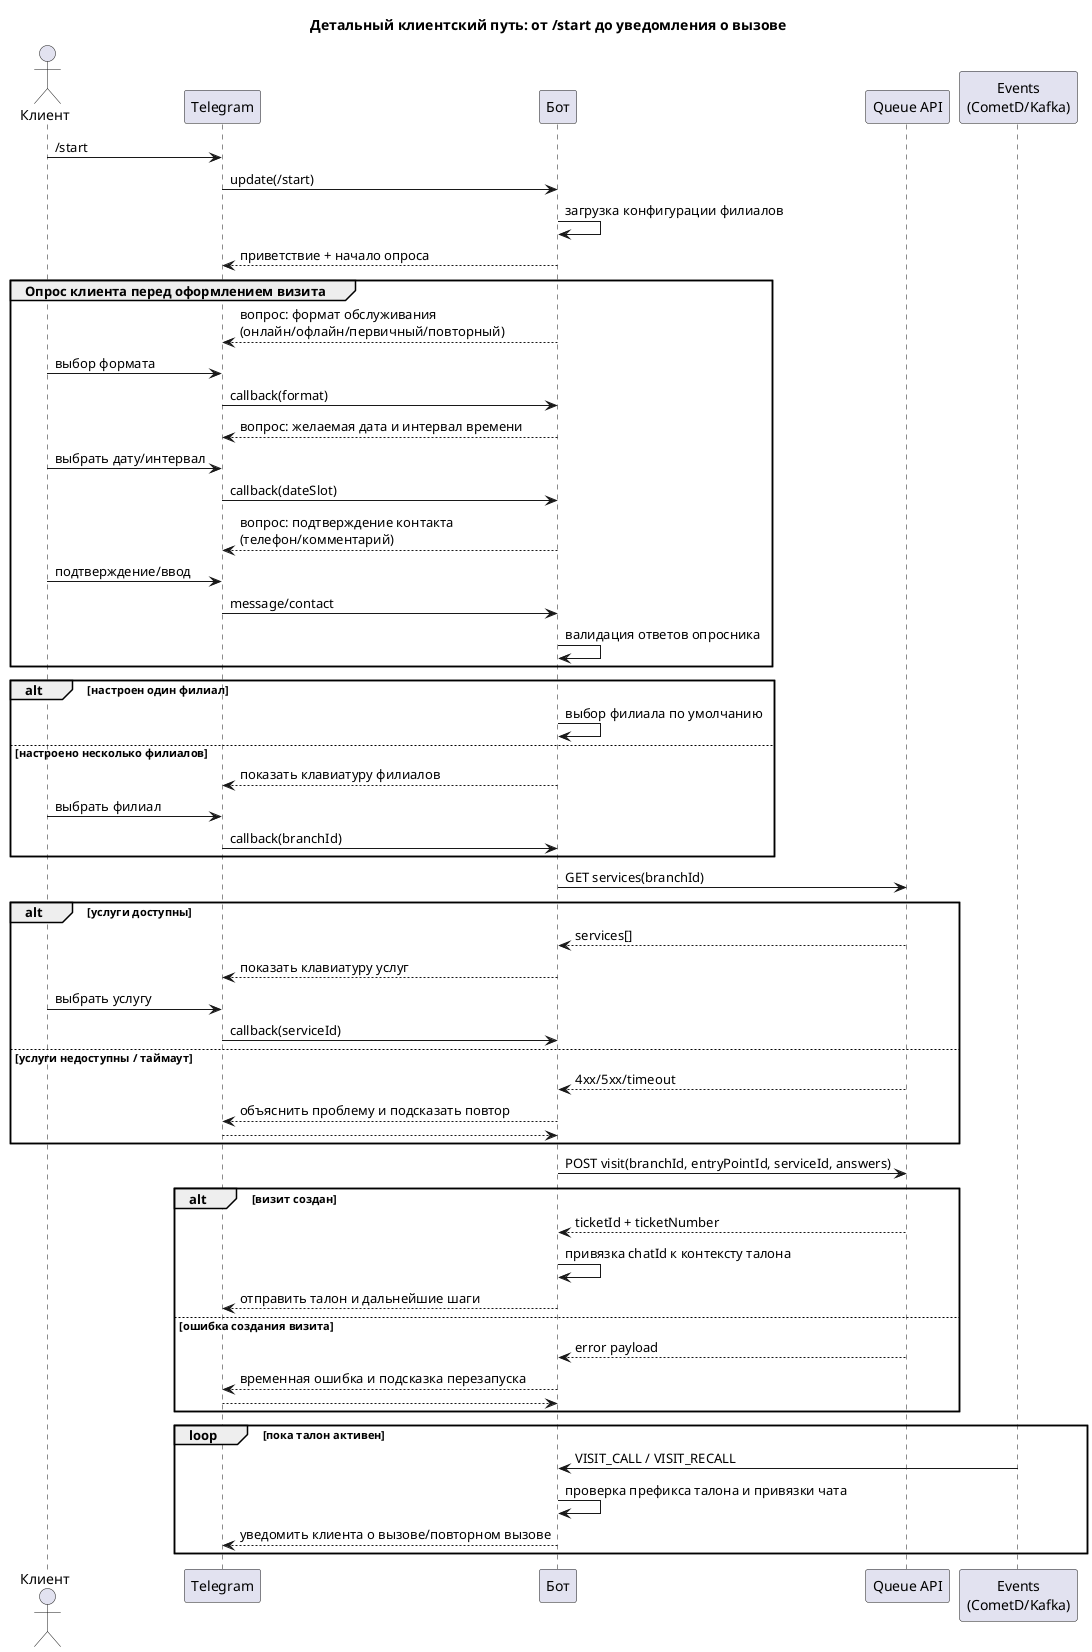
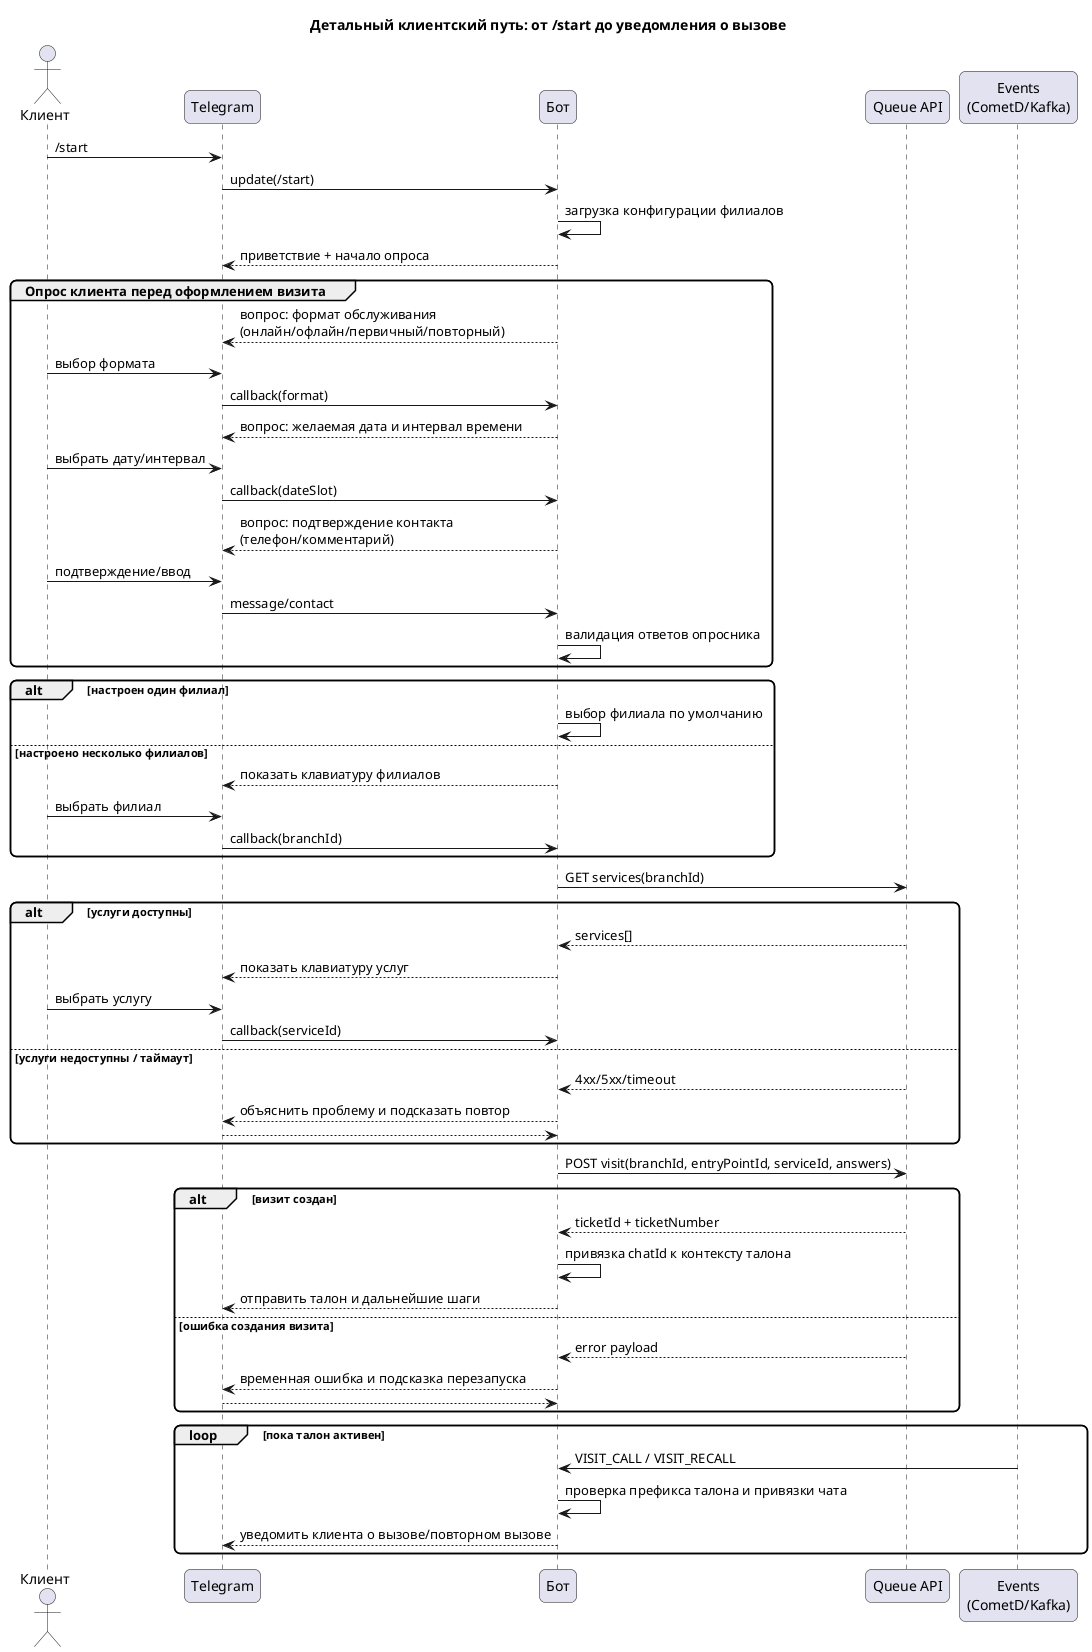
@startuml
- skinparam BackgroundColor white
+ skinparam backgroundColor #FFFFFF
+ skinparam shadowing false
+ skinparam roundcorner 12
title Детальный клиентский путь: от /start до уведомления о вызове

actor Клиент
participant Telegram
participant "Бот" as Bot
participant "Queue API" as Queue
participant "Events\n(CometD/Kafka)" as Events

Клиент -> Telegram: /start
Telegram -> Bot: update(/start)
Bot -> Bot: загрузка конфигурации филиалов

Bot --> Telegram: приветствие + начало опроса

group Опрос клиента перед оформлением визита
  Bot --> Telegram: вопрос: формат обслуживания\n(онлайн/офлайн/первичный/повторный)
  Клиент -> Telegram: выбор формата
  Telegram -> Bot: callback(format)

  Bot --> Telegram: вопрос: желаемая дата и интервал времени
  Клиент -> Telegram: выбрать дату/интервал
  Telegram -> Bot: callback(dateSlot)

  Bot --> Telegram: вопрос: подтверждение контакта\n(телефон/комментарий)
  Клиент -> Telegram: подтверждение/ввод
  Telegram -> Bot: message/contact

  Bot -> Bot: валидация ответов опросника
end

alt настроен один филиал
  Bot -> Bot: выбор филиала по умолчанию
else настроено несколько филиалов
  Bot --> Telegram: показать клавиатуру филиалов
  Клиент -> Telegram: выбрать филиал
  Telegram -> Bot: callback(branchId)
end

Bot -> Queue: GET services(branchId)
alt услуги доступны
  Queue --> Bot: services[]
  Bot --> Telegram: показать клавиатуру услуг
  Клиент -> Telegram: выбрать услугу
  Telegram -> Bot: callback(serviceId)
else услуги недоступны / таймаут
  Queue --> Bot: 4xx/5xx/timeout
  Bot --> Telegram: объяснить проблему и подсказать повтор
  return
end

Bot -> Queue: POST visit(branchId, entryPointId, serviceId, answers)
alt визит создан
  Queue --> Bot: ticketId + ticketNumber
  Bot -> Bot: привязка chatId к контексту талона
  Bot --> Telegram: отправить талон и дальнейшие шаги
else ошибка создания визита
  Queue --> Bot: error payload
  Bot --> Telegram: временная ошибка и подсказка перезапуска
  return
end

loop пока талон активен
  Events -> Bot: VISIT_CALL / VISIT_RECALL
  Bot -> Bot: проверка префикса талона и привязки чата
  Bot --> Telegram: уведомить клиента о вызове/повторном вызове
end
@enduml
